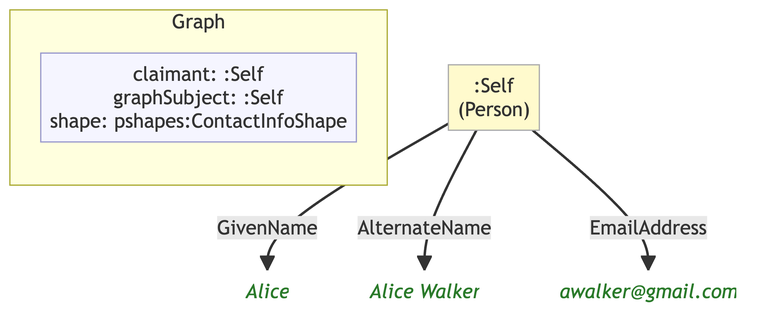
Before: example/graphs/images/graph-09.png, a diagram exported from Mermaid (MeeFoundation/mia-ontologies). Its source is kept beside it as example/graphs/images/graph-09.mmd.
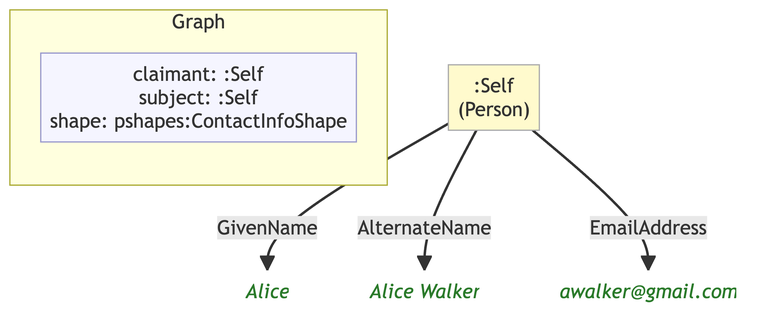
After the commit.

Diff of the diagram source:
```diff
@@ -7,14 +7,14 @@
 
     subgraph ctx["Graph"]
         direction LR
-        ctx_meta["claimant: :Self\ngraphSubject: :Self\nshape: pshapes:ContactInfoShape"]:::meta
+        ctx_meta["claimant: :Self\nsubject: :Self\nshape: pshapes:ContactInfoShape"]:::meta
     end
 
     n655e442e50be[":Self\n(Person)"]:::person
-    nd4ea924cf2c6("Alice"):::lit
-    n927f6bb346b7("Alice Walker"):::lit
-    na15812f19606("awalker@gmail.com"):::lit
+    n0daa86f72bd5("Alice"):::lit
+    n53c84af3172f("Alice Walker"):::lit
+    n7f4911b1fc4d("awalker@gmail.com"):::lit
 
-    n655e442e50be -->|"GivenName"| nd4ea924cf2c6
-    n655e442e50be -->|"AlternateName"| n927f6bb346b7
-    n655e442e50be -->|"EmailAddress"| na15812f19606
+    n655e442e50be -->|"GivenName"| n0daa86f72bd5
+    n655e442e50be -->|"AlternateName"| n53c84af3172f
+    n655e442e50be -->|"EmailAddress"| n7f4911b1fc4d
```
